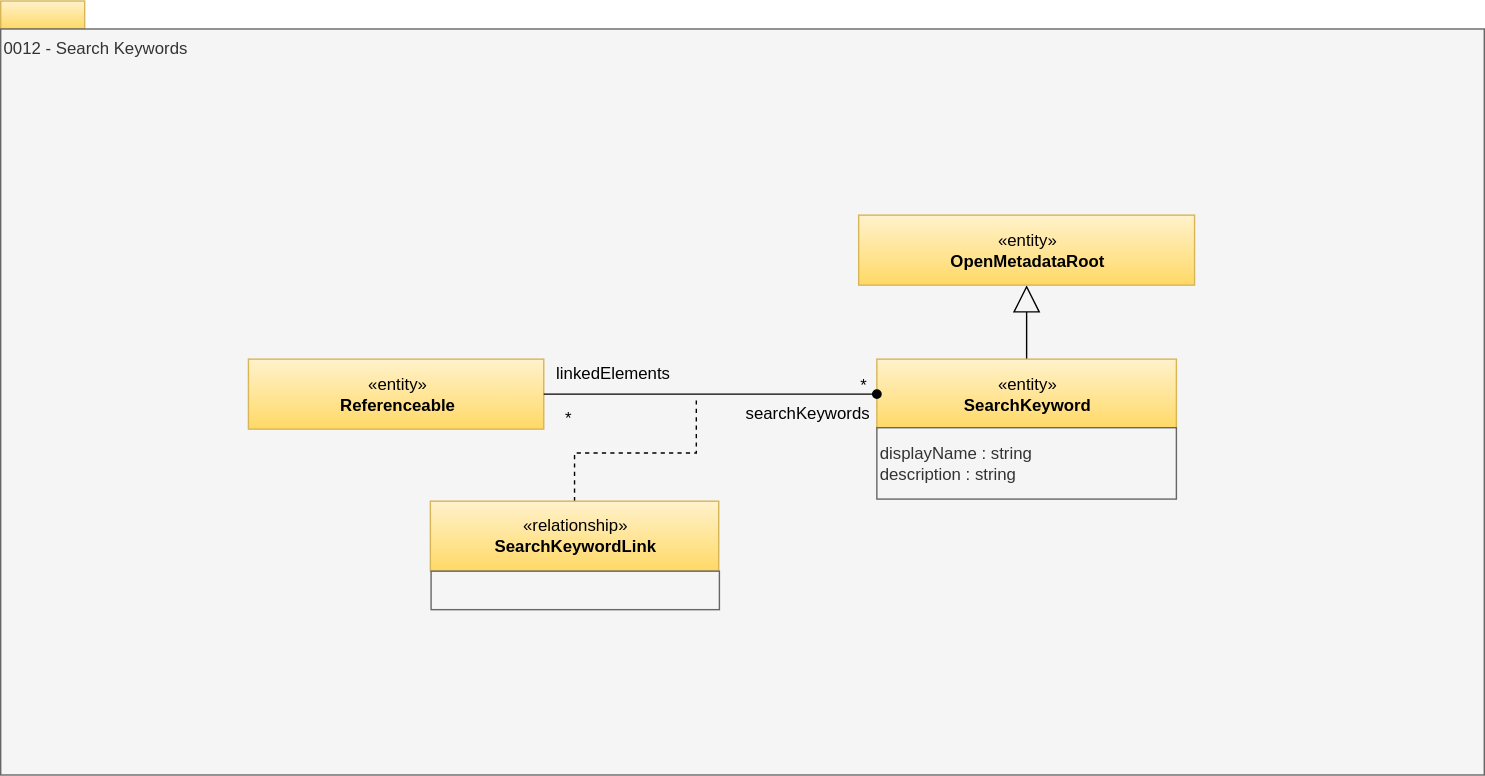
This is site/docs/types/0/0012-Search-Keywords.svg from odpi/egeria-docs, a draw.io export, as it was before one commit. Source tidied: cells renumbered, new cells last; positions are measured from the earlier drawing's top-left corner, leaving out a move shared by most shapes. Its diagram source:
```xml
<mxGraphModel>
  <root>
    <mxCell id="0" />
    <mxCell id="1" parent="0" />
    <mxCell id="2" style="rounded=0;whiteSpace=wrap;html=1;align=left;fillColor=#fff2cc;strokeColor=#d6b656;gradientColor=#ffd966;" parent="1" vertex="1">
      <mxGeometry width="60" height="20" as="geometry" />
    </mxCell>
    <mxCell id="3" value="0012 - Search Keywords" style="rounded=0;whiteSpace=wrap;html=1;align=left;verticalAlign=top;fillColor=#f5f5f5;fontColor=#333333;strokeColor=#666666;" parent="1" vertex="1">
      <mxGeometry y="20" width="1060" height="533" as="geometry" />
    </mxCell>
    <mxCell id="4" value="«entity»&lt;br&gt;&lt;b&gt;Referenceable&lt;/b&gt;" style="html=1;strokeColor=#d6b656;align=center;fillColor=#fff2cc;gradientColor=#ffd966;" parent="1" vertex="1">
      <mxGeometry x="177" y="255.9" width="211" height="50" as="geometry" />
    </mxCell>
    <mxCell id="5" style="edgeStyle=orthogonalEdgeStyle;rounded=0;jettySize=auto;html=1;entryX=0.5;entryY=1;entryDx=0;entryDy=0;endArrow=block;endFill=0;endSize=17;" parent="1" edge="1" source="6" target="15">
      <mxGeometry relative="1" as="geometry" />
    </mxCell>
    <mxCell id="6" value="«entity»&lt;br&gt;&lt;b&gt;SearchKeyword&lt;/b&gt;" style="html=1;strokeColor=#d6b656;align=center;fillColor=#fff2cc;gradientColor=#ffd966;" parent="1" vertex="1">
      <mxGeometry x="626" y="255.9" width="214" height="50" as="geometry" />
    </mxCell>
    <mxCell id="7" value="displayName : string&lt;br&gt;description : string&lt;br&gt;&lt;div style=&quot;text-align: left&quot;&gt;&lt;/div&gt;" style="rounded=0;whiteSpace=wrap;html=1;strokeColor=#666666;align=left;fillColor=#f5f5f5;fontColor=#333333;" parent="1" vertex="1">
      <mxGeometry x="626" y="304.9" width="214" height="51" as="geometry" />
    </mxCell>
    <mxCell id="8" style="edgeStyle=orthogonalEdgeStyle;rounded=0;html=1;exitX=0.5;exitY=0;dashed=1;endArrow=none;endFill=0;jettySize=auto;exitDx=0;exitDy=0;" parent="1" edge="1" source="9">
      <mxGeometry relative="1" as="geometry">
        <mxPoint x="497" y="282.9" as="targetPoint" />
        <Array as="points">
          <mxPoint x="410" y="322.9" />
          <mxPoint x="497" y="322.9" />
        </Array>
      </mxGeometry>
    </mxCell>
    <mxCell id="9" value="«relationship»&lt;br&gt;&lt;b&gt;SearchKeywordLink&lt;/b&gt;" style="html=1;strokeColor=#d6b656;align=center;fillColor=#fff2cc;gradientColor=#ffd966;" parent="1" vertex="1">
      <mxGeometry x="307" y="357.4" width="206" height="50" as="geometry" />
    </mxCell>
    <mxCell id="10" style="rounded=0;whiteSpace=wrap;html=1;strokeColor=#666666;align=left;fillColor=#f5f5f5;fontColor=#333333;" parent="1" vertex="1">
      <mxGeometry x="307.5" y="407.4" width="206" height="27.5" as="geometry" />
    </mxCell>
    <mxCell id="11" value="linkedElements" style="text;html=1;align=center;verticalAlign=top;spacingTop=-4;" parent="1" vertex="1">
      <mxGeometry x="387" y="255.9" width="100" height="20" as="geometry" />
    </mxCell>
    <mxCell id="12" value="*" style="text;html=1;align=center;verticalAlign=top;spacingTop=-4;" parent="1" vertex="1">
      <mxGeometry x="606" y="264.9" width="20" height="20" as="geometry" />
    </mxCell>
    <mxCell id="13" value="*" style="text;html=1;align=center;verticalAlign=top;spacingTop=-4;" parent="1" vertex="1">
      <mxGeometry x="397" y="287.9" width="15" height="14" as="geometry" />
    </mxCell>
    <mxCell id="14" value="searchKeywords" style="text;html=1;align=center;verticalAlign=top;spacingTop=-4;" parent="1" vertex="1">
      <mxGeometry x="526" y="284.9" width="100" height="20" as="geometry" />
    </mxCell>
    <mxCell id="15" value="«entity»&lt;br&gt;&lt;b&gt;OpenMetadataRoot&lt;/b&gt;" style="html=1;strokeColor=#d6b656;align=center;fillColor=#fff2cc;gradientColor=#ffd966;" parent="1" vertex="1">
      <mxGeometry x="613" y="153" width="240" height="50" as="geometry" />
    </mxCell>
    <mxCell id="16" style="edgeStyle=orthogonalEdgeStyle;rounded=0;jettySize=auto;html=1;exitX=1;exitY=0.5;exitDx=0;exitDy=0;endArrow=oval;endFill=1;" parent="1" edge="1" source="4" target="6">
      <mxGeometry relative="1" as="geometry" />
    </mxCell>
  </root>
</mxGraphModel>
```
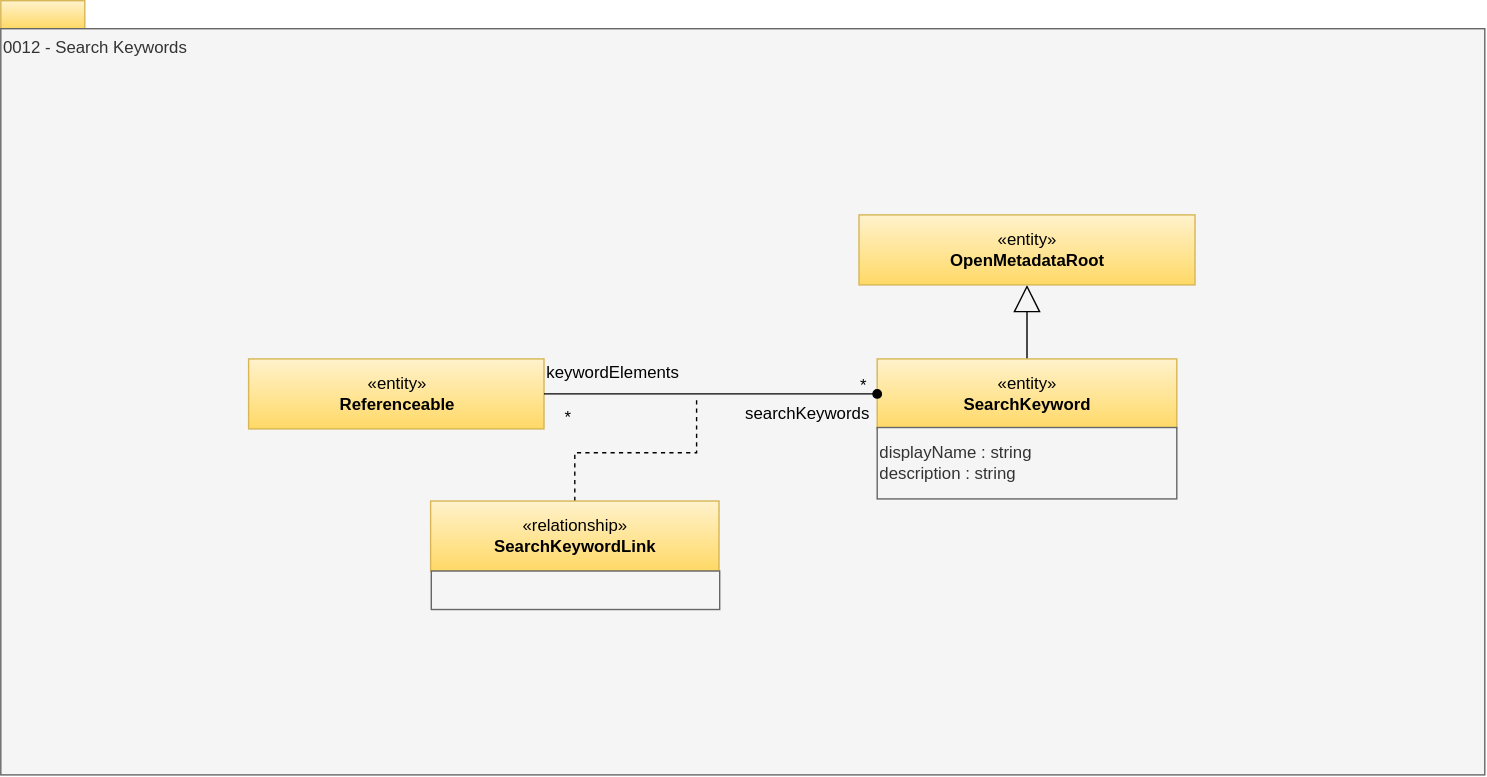
After the commit.

Change to the diagram source:
```diff
@@ -1,56 +1,56 @@
 <mxGraphModel>
   <root>
-    <mxCell id="0" />
-    <mxCell id="1" parent="0" />
+    <mxCell id="17" />
+    <mxCell id="18" parent="17" />
-    <mxCell id="2" style="rounded=0;whiteSpace=wrap;html=1;align=left;fillColor=#fff2cc;strokeColor=#d6b656;gradientColor=#ffd966;" parent="1" vertex="1">
+    <mxCell id="2" style="rounded=0;whiteSpace=wrap;html=1;align=left;fillColor=#fff2cc;strokeColor=#d6b656;gradientColor=#ffd966;" parent="18" vertex="1">
       <mxGeometry width="60" height="20" as="geometry" />
     </mxCell>
-    <mxCell id="3" value="0012 - Search Keywords" style="rounded=0;whiteSpace=wrap;html=1;align=left;verticalAlign=top;fillColor=#f5f5f5;fontColor=#333333;strokeColor=#666666;" parent="1" vertex="1">
+    <mxCell id="3" value="0012 - Search Keywords" style="rounded=0;whiteSpace=wrap;html=1;align=left;verticalAlign=top;fillColor=#f5f5f5;fontColor=#333333;strokeColor=#666666;" parent="18" vertex="1">
       <mxGeometry y="20" width="1060" height="533" as="geometry" />
     </mxCell>
-    <mxCell id="4" value="«entity»&lt;br&gt;&lt;b&gt;Referenceable&lt;/b&gt;" style="html=1;strokeColor=#d6b656;align=center;fillColor=#fff2cc;gradientColor=#ffd966;" parent="1" vertex="1">
+    <mxCell id="4" value="«entity»&lt;br&gt;&lt;b&gt;Referenceable&lt;/b&gt;" style="html=1;strokeColor=#d6b656;align=center;fillColor=#fff2cc;gradientColor=#ffd966;" parent="18" vertex="1">
       <mxGeometry x="177" y="255.9" width="211" height="50" as="geometry" />
     </mxCell>
-    <mxCell id="5" style="edgeStyle=orthogonalEdgeStyle;rounded=0;jettySize=auto;html=1;entryX=0.5;entryY=1;entryDx=0;entryDy=0;endArrow=block;endFill=0;endSize=17;" parent="1" edge="1" source="6" target="15">
+    <mxCell id="5" style="edgeStyle=orthogonalEdgeStyle;rounded=0;jettySize=auto;html=1;entryX=0.5;entryY=1;entryDx=0;entryDy=0;endArrow=block;endFill=0;endSize=17;" parent="18" edge="1" source="6" target="15">
       <mxGeometry relative="1" as="geometry" />
     </mxCell>
-    <mxCell id="6" value="«entity»&lt;br&gt;&lt;b&gt;SearchKeyword&lt;/b&gt;" style="html=1;strokeColor=#d6b656;align=center;fillColor=#fff2cc;gradientColor=#ffd966;" parent="1" vertex="1">
+    <mxCell id="6" value="«entity»&lt;br&gt;&lt;b&gt;SearchKeyword&lt;/b&gt;" style="html=1;strokeColor=#d6b656;align=center;fillColor=#fff2cc;gradientColor=#ffd966;" parent="18" vertex="1">
       <mxGeometry x="626" y="255.9" width="214" height="50" as="geometry" />
     </mxCell>
-    <mxCell id="7" value="displayName : string&lt;br&gt;description : string&lt;br&gt;&lt;div style=&quot;text-align: left&quot;&gt;&lt;/div&gt;" style="rounded=0;whiteSpace=wrap;html=1;strokeColor=#666666;align=left;fillColor=#f5f5f5;fontColor=#333333;" parent="1" vertex="1">
+    <mxCell id="7" value="displayName : string&lt;br&gt;description : string&lt;br&gt;&lt;div style=&quot;text-align: left&quot;&gt;&lt;/div&gt;" style="rounded=0;whiteSpace=wrap;html=1;strokeColor=#666666;align=left;fillColor=#f5f5f5;fontColor=#333333;" parent="18" vertex="1">
       <mxGeometry x="626" y="304.9" width="214" height="51" as="geometry" />
     </mxCell>
-    <mxCell id="8" style="edgeStyle=orthogonalEdgeStyle;rounded=0;html=1;exitX=0.5;exitY=0;dashed=1;endArrow=none;endFill=0;jettySize=auto;exitDx=0;exitDy=0;" parent="1" edge="1" source="9">
-      <mxGeometry relative="1" as="geometry">
-        <mxPoint x="497" y="282.9" as="targetPoint" />
-        <Array as="points">
-          <mxPoint x="410" y="322.9" />
-          <mxPoint x="497" y="322.9" />
-        </Array>
-      </mxGeometry>
-    </mxCell>
+    <mxCell id="19" style="edgeStyle=orthogonalEdgeStyle;rounded=0;html=1;exitX=0.5;exitY=0;dashed=1;endArrow=none;endFill=0;jettySize=auto;exitDx=0;exitDy=0;" parent="18" edge="1" source="9">
+      <mxGeometry relative="1" as="geometry">
+        <mxPoint x="497" y="282.9" as="targetPoint" />
+        <Array as="points">
+          <mxPoint x="410" y="322.9" />
+          <mxPoint x="497" y="322.9" />
+        </Array>
+      </mxGeometry>
+    </mxCell>
-    <mxCell id="9" value="«relationship»&lt;br&gt;&lt;b&gt;SearchKeywordLink&lt;/b&gt;" style="html=1;strokeColor=#d6b656;align=center;fillColor=#fff2cc;gradientColor=#ffd966;" parent="1" vertex="1">
+    <mxCell id="9" value="«relationship»&lt;br&gt;&lt;b&gt;SearchKeywordLink&lt;/b&gt;" style="html=1;strokeColor=#d6b656;align=center;fillColor=#fff2cc;gradientColor=#ffd966;" parent="18" vertex="1">
       <mxGeometry x="307" y="357.4" width="206" height="50" as="geometry" />
     </mxCell>
-    <mxCell id="10" style="rounded=0;whiteSpace=wrap;html=1;strokeColor=#666666;align=left;fillColor=#f5f5f5;fontColor=#333333;" parent="1" vertex="1">
+    <mxCell id="10" style="rounded=0;whiteSpace=wrap;html=1;strokeColor=#666666;align=left;fillColor=#f5f5f5;fontColor=#333333;" parent="18" vertex="1">
       <mxGeometry x="307.5" y="407.4" width="206" height="27.5" as="geometry" />
     </mxCell>
-    <mxCell id="11" value="linkedElements" style="text;html=1;align=center;verticalAlign=top;spacingTop=-4;" parent="1" vertex="1">
-      <mxGeometry x="387" y="255.9" width="100" height="20" as="geometry" />
-    </mxCell>
+    <mxCell id="20" value="keywordElements" style="text;html=1;align=center;verticalAlign=top;spacingTop=-4;" parent="18" vertex="1">
+      <mxGeometry x="387" y="255.9" width="100" height="20" as="geometry" />
+    </mxCell>
-    <mxCell id="12" value="*" style="text;html=1;align=center;verticalAlign=top;spacingTop=-4;" parent="1" vertex="1">
+    <mxCell id="12" value="*" style="text;html=1;align=center;verticalAlign=top;spacingTop=-4;" parent="18" vertex="1">
       <mxGeometry x="606" y="264.9" width="20" height="20" as="geometry" />
     </mxCell>
-    <mxCell id="13" value="*" style="text;html=1;align=center;verticalAlign=top;spacingTop=-4;" parent="1" vertex="1">
+    <mxCell id="13" value="*" style="text;html=1;align=center;verticalAlign=top;spacingTop=-4;" parent="18" vertex="1">
       <mxGeometry x="397" y="287.9" width="15" height="14" as="geometry" />
     </mxCell>
-    <mxCell id="14" value="searchKeywords" style="text;html=1;align=center;verticalAlign=top;spacingTop=-4;" parent="1" vertex="1">
+    <mxCell id="14" value="searchKeywords" style="text;html=1;align=center;verticalAlign=top;spacingTop=-4;" parent="18" vertex="1">
       <mxGeometry x="526" y="284.9" width="100" height="20" as="geometry" />
     </mxCell>
-    <mxCell id="15" value="«entity»&lt;br&gt;&lt;b&gt;OpenMetadataRoot&lt;/b&gt;" style="html=1;strokeColor=#d6b656;align=center;fillColor=#fff2cc;gradientColor=#ffd966;" parent="1" vertex="1">
+    <mxCell id="15" value="«entity»&lt;br&gt;&lt;b&gt;OpenMetadataRoot&lt;/b&gt;" style="html=1;strokeColor=#d6b656;align=center;fillColor=#fff2cc;gradientColor=#ffd966;" parent="18" vertex="1">
       <mxGeometry x="613" y="153" width="240" height="50" as="geometry" />
     </mxCell>
-    <mxCell id="16" style="edgeStyle=orthogonalEdgeStyle;rounded=0;jettySize=auto;html=1;exitX=1;exitY=0.5;exitDx=0;exitDy=0;endArrow=oval;endFill=1;" parent="1" edge="1" source="4" target="6">
+    <mxCell id="16" style="edgeStyle=orthogonalEdgeStyle;rounded=0;jettySize=auto;html=1;exitX=1;exitY=0.5;exitDx=0;exitDy=0;endArrow=oval;endFill=1;" parent="18" edge="1" source="4" target="6">
       <mxGeometry relative="1" as="geometry" />
     </mxCell>
   </root>
```
